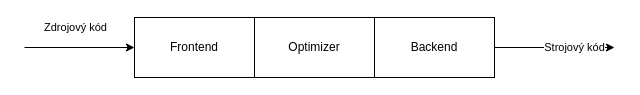
The draw.io diagram llvm_3components.drawio in petkapou/DIP_diagrams, before the edit. Source tidied: cells renumbered, new cells numbered last; positions are measured from the earlier drawing's top-left corner, leaving out a move shared by most shapes. Both pictures are drawn from the tidied source at 100%, with x=0, y=0 at pixel (24, 17).
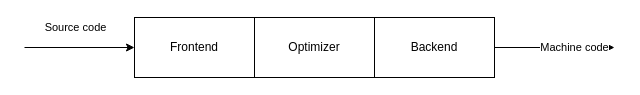
After the change.

Diff of the diagram source:
```diff
@@
 <mxGraphModel>
   <root>
     <mxCell id="0" />
     <mxCell id="1" parent="0" />
-    <mxCell id="2" value="Zdrojový kód" style="edgeStyle=orthogonalEdgeStyle;rounded=0;jettySize=auto;html=1;startArrow=classic;startFill=1;endArrow=none;endFill=0;" parent="1" edge="1" source="3">
+    <mxCell id="2" value="Source code" style="edgeStyle=orthogonalEdgeStyle;rounded=0;jettySize=auto;html=1;startArrow=classic;startFill=1;endArrow=none;endFill=0;" parent="1" edge="1" source="3">
       <mxGeometry x="0.09" y="-20" relative="1" as="geometry">
         <mxPoint y="30" as="targetPoint" />
       </mxGeometry>
     </mxCell>
     <mxCell id="3" value="Frontend" style="rounded=0;whiteSpace=wrap;html=1;" parent="1" vertex="1">
       <mxGeometry x="110" width="120" height="60" as="geometry" />
     </mxCell>
     <mxCell id="4" value="Optimizer" style="rounded=0;whiteSpace=wrap;html=1;" parent="1" vertex="1">
       <mxGeometry x="230" width="120" height="60" as="geometry" />
     </mxCell>
-    <mxCell id="5" value="Strojový kód" style="edgeStyle=orthogonalEdgeStyle;rounded=0;jettySize=auto;html=1;" parent="1" edge="1" source="6">
+    <mxCell id="5" value="Machine code" style="edgeStyle=orthogonalEdgeStyle;rounded=0;jettySize=auto;html=1;" parent="1" edge="1" source="6">
       <mxGeometry y="20" relative="1" as="geometry">
         <mxPoint x="590" y="30" as="targetPoint" />
       </mxGeometry>
     </mxCell>
     <mxCell id="6" value="Backend" style="rounded=0;whiteSpace=wrap;html=1;" parent="1" vertex="1">
       <mxGeometry x="350" width="120" height="60" as="geometry" />
     </mxCell>
   </root>
 </mxGraphModel>
```
